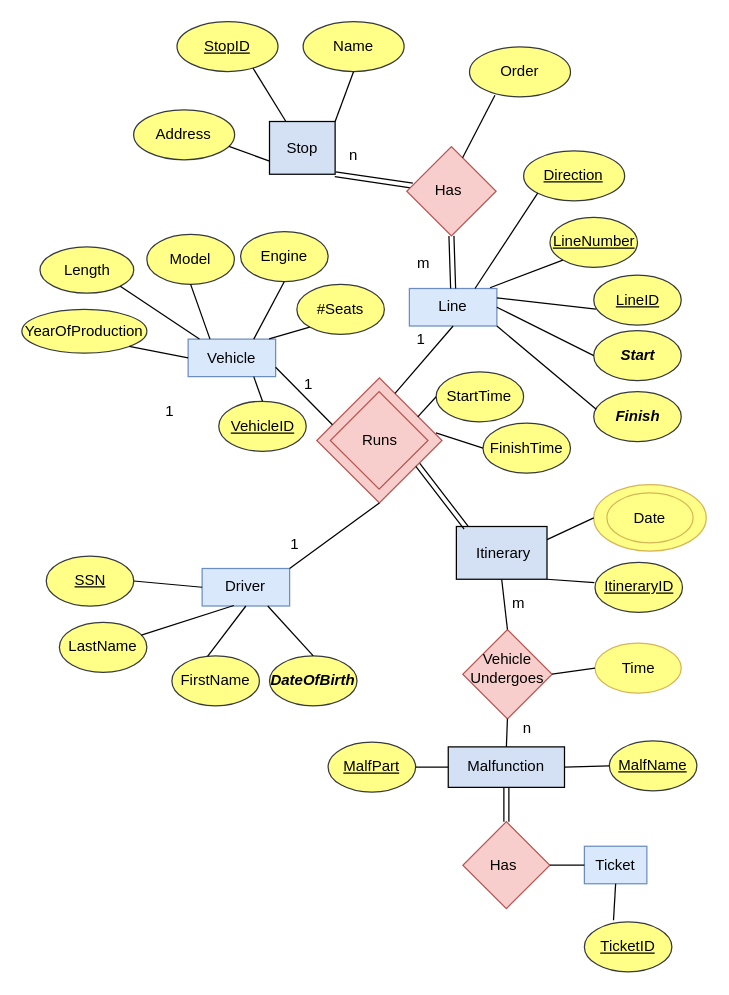
kotsos2000/kotsos2000 keeps this draw.io diagram as Untitled Diagram.drawio. Above is the earlier version. Source tidied: cells renumbered, new cells numbered last; positions are measured from the earlier drawing's top-left corner, leaving out a move shared by most shapes. Both pictures are drawn from the tidied source at 125%, with x=0, y=0 at pixel (21, 21).
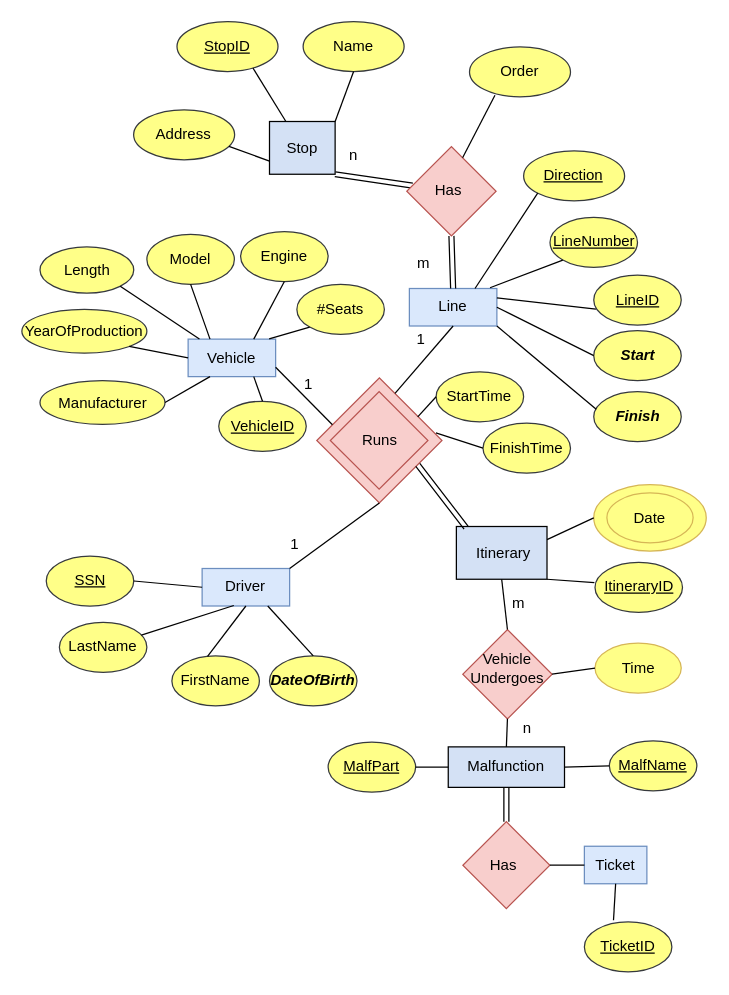
The same diagram, later.

Unchanged cells that the change refers to:
```xml
<mxCell id="3" value="&lt;div&gt;Vehicle&lt;/div&gt;" style="rounded=0;whiteSpace=wrap;html=1;fillColor=#dae8fc;strokeColor=#6c8ebf;" parent="1" vertex="1">
  <mxGeometry x="133" y="253.8" width="70" height="30" as="geometry" />
</mxCell>
```

What changed in the source:
```diff
@@
-    <mxCell id="69" value="1" style="text;html=1;align=center;verticalAlign=middle;strokeColor=none;fillColor=none;" parent="1" vertex="1">
-      <mxGeometry x="103" y="297.2" width="30" height="30" as="geometry" />
-    </mxCell>
@@
+    <mxCell id="92" value="Manufacturer" style="ellipse;whiteSpace=wrap;html=1;fillColor=#ffff88;strokeColor=#36393d;" parent="1" vertex="1">
+      <mxGeometry x="14.5" y="287" width="100" height="35" as="geometry" />
+    </mxCell>
+    <mxCell id="93" style="endArrow=none;html=1;rounded=0;exitX=1;exitY=0.5;exitDx=0;exitDy=0;entryX=0.25;entryY=1;entryDx=0;entryDy=0;" parent="1" edge="1" source="92" target="3">
+      <mxGeometry relative="1" as="geometry" />
+    </mxCell>
```
